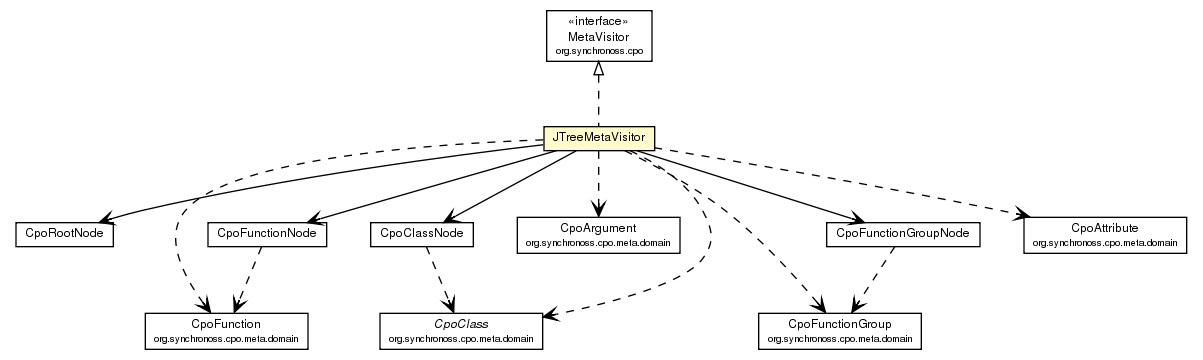
synchronoss/cpo-util keeps this Graphviz diagram as site/apidocs/org/synchronoss/cpo/util/JTreeMetaVisitor.png. Above is the earlier version. Its source is kept beside it as site/apidocs/org/synchronoss/cpo/util/JTreeMetaVisitor.dot.
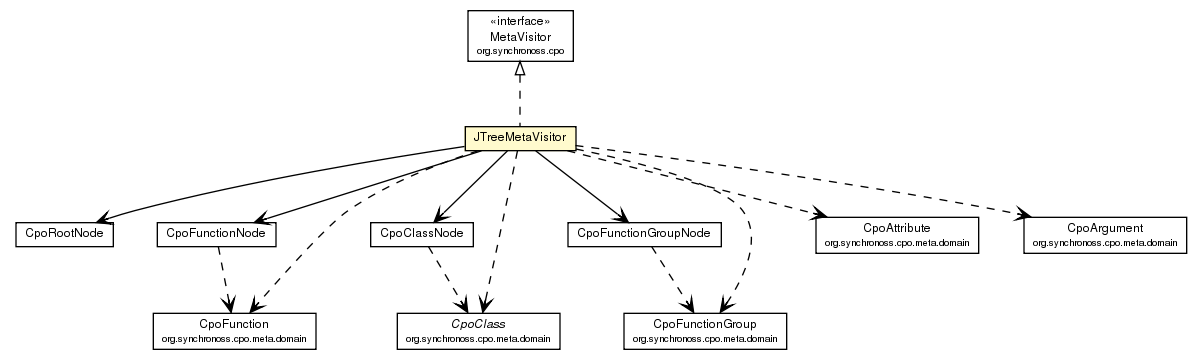
The same file after the commit.

The edit, as a diff of the source:
```diff
@@ -37,28 +37,28 @@
 	c1707:p -> c1768:p [taillabel="", label="", headlabel="", fontname="Helvetica", fontcolor="black", fontsize=10.0, color="black", arrowhead=open, style=dashed];
 	c1707:p -> c1769:p [taillabel="", label="", headlabel="", fontname="Helvetica", fontcolor="black", fontsize=10.0, color="black", arrowhead=open, style=dashed];
 	c1707:p -> c1770:p [taillabel="", label="", headlabel="", fontname="Helvetica", fontcolor="black", fontsize=10.0, color="black", arrowhead=open, style=dashed];
-	c1721:p -> c1766:p [taillabel="", label="", headlabel="", fontname="Helvetica", fontcolor="black", fontsize=10.0, color="black", arrowhead=open, style=dashed];
-	c1723:p -> c1769:p [taillabel="", label="", headlabel="", fontname="Helvetica", fontcolor="black", fontsize=10.0, color="black", arrowhead=open, style=dashed];
+	c1721:p -> c1765:p [taillabel="", label="", headlabel="", fontname="Helvetica", fontcolor="black", fontsize=10.0, color="black", arrowhead=open, style=dashed];
+	c1723:p -> c1766:p [taillabel="", label="", headlabel="", fontname="Helvetica", fontcolor="black", fontsize=10.0, color="black", arrowhead=open, style=dashed];
 	c1728:p -> c1768:p [taillabel="", label="", headlabel="", fontname="Helvetica", fontcolor="black", fontsize=10.0, color="black", arrowhead=open, style=dashed];
-	c1769 [label=<<table border="0" cellborder="1" cellspacing="0" cellpadding="2" port="p" href="http://java.sun.com/j2se/1.4.2/docs/api/org/synchronoss/cpo/meta/domain/CpoClass.html">
+	c1766 [label=<<table border="0" cellborder="1" cellspacing="0" cellpadding="2" port="p" href="http://java.sun.com/j2se/1.4.2/docs/api/org/synchronoss/cpo/meta/domain/CpoClass.html">
 		<tr><td><table border="0" cellspacing="0" cellpadding="1">
 			<tr><td><font face="Helvetica-Oblique"> CpoClass </font></td></tr>
 			<tr><td><font point-size="7.0"> org.synchronoss.cpo.meta.domain </font></td></tr>
 		</table></td></tr>
 		</table>>, fontname="Helvetica", fontcolor="black", fontsize=9.0];
-	c1765 [label=<<table border="0" cellborder="1" cellspacing="0" cellpadding="2" port="p" href="http://java.sun.com/j2se/1.4.2/docs/api/org/synchronoss/cpo/meta/domain/CpoArgument.html">
+	c1770 [label=<<table border="0" cellborder="1" cellspacing="0" cellpadding="2" port="p" href="http://java.sun.com/j2se/1.4.2/docs/api/org/synchronoss/cpo/meta/domain/CpoArgument.html">
 		<tr><td><table border="0" cellspacing="0" cellpadding="1">
 			<tr><td> CpoArgument </td></tr>
 			<tr><td><font point-size="7.0"> org.synchronoss.cpo.meta.domain </font></td></tr>
 		</table></td></tr>
 		</table>>, fontname="Helvetica", fontcolor="black", fontsize=9.0];
-	c1770 [label=<<table border="0" cellborder="1" cellspacing="0" cellpadding="2" port="p" href="http://java.sun.com/j2se/1.4.2/docs/api/org/synchronoss/cpo/meta/domain/CpoAttribute.html">
+	c1769 [label=<<table border="0" cellborder="1" cellspacing="0" cellpadding="2" port="p" href="http://java.sun.com/j2se/1.4.2/docs/api/org/synchronoss/cpo/meta/domain/CpoAttribute.html">
 		<tr><td><table border="0" cellspacing="0" cellpadding="1">
 			<tr><td> CpoAttribute </td></tr>
 			<tr><td><font point-size="7.0"> org.synchronoss.cpo.meta.domain </font></td></tr>
 		</table></td></tr>
 		</table>>, fontname="Helvetica", fontcolor="black", fontsize=9.0];
-	c1766 [label=<<table border="0" cellborder="1" cellspacing="0" cellpadding="2" port="p" href="http://java.sun.com/j2se/1.4.2/docs/api/org/synchronoss/cpo/meta/domain/CpoFunction.html">
+	c1765 [label=<<table border="0" cellborder="1" cellspacing="0" cellpadding="2" port="p" href="http://java.sun.com/j2se/1.4.2/docs/api/org/synchronoss/cpo/meta/domain/CpoFunction.html">
 		<tr><td><table border="0" cellspacing="0" cellpadding="1">
 			<tr><td> CpoFunction </td></tr>
 			<tr><td><font point-size="7.0"> org.synchronoss.cpo.meta.domain </font></td></tr>
```
